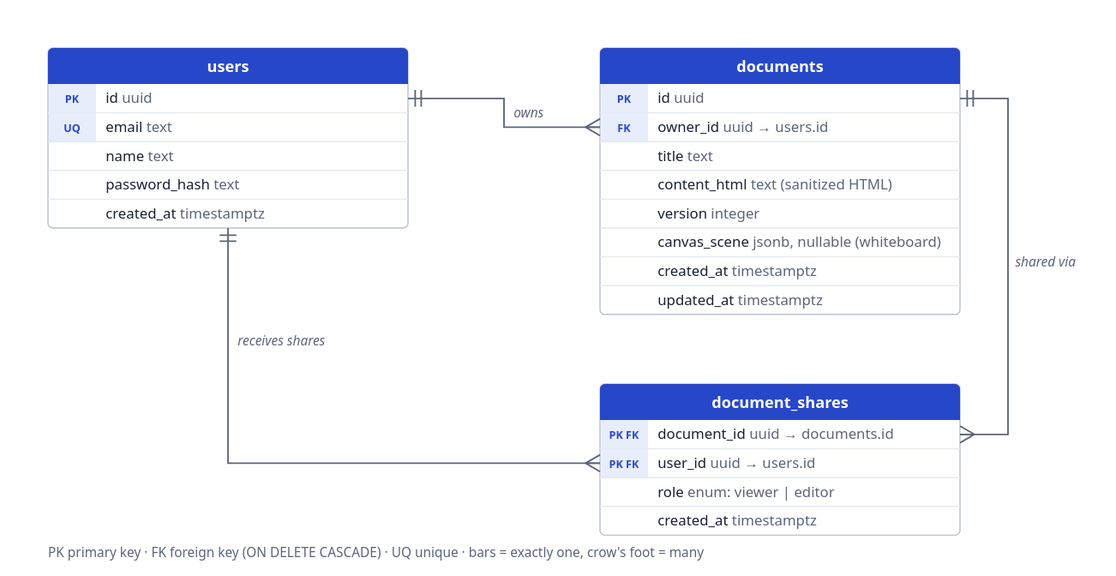
This is docs/database/er-diagram.drawio.svg from Warphn/ajaia-docs-editor, a draw.io export, as it was before one commit. Source tidied: cells renumbered, new cells last; positions are measured from the earlier drawing's top-left corner, leaving out a move shared by most shapes.
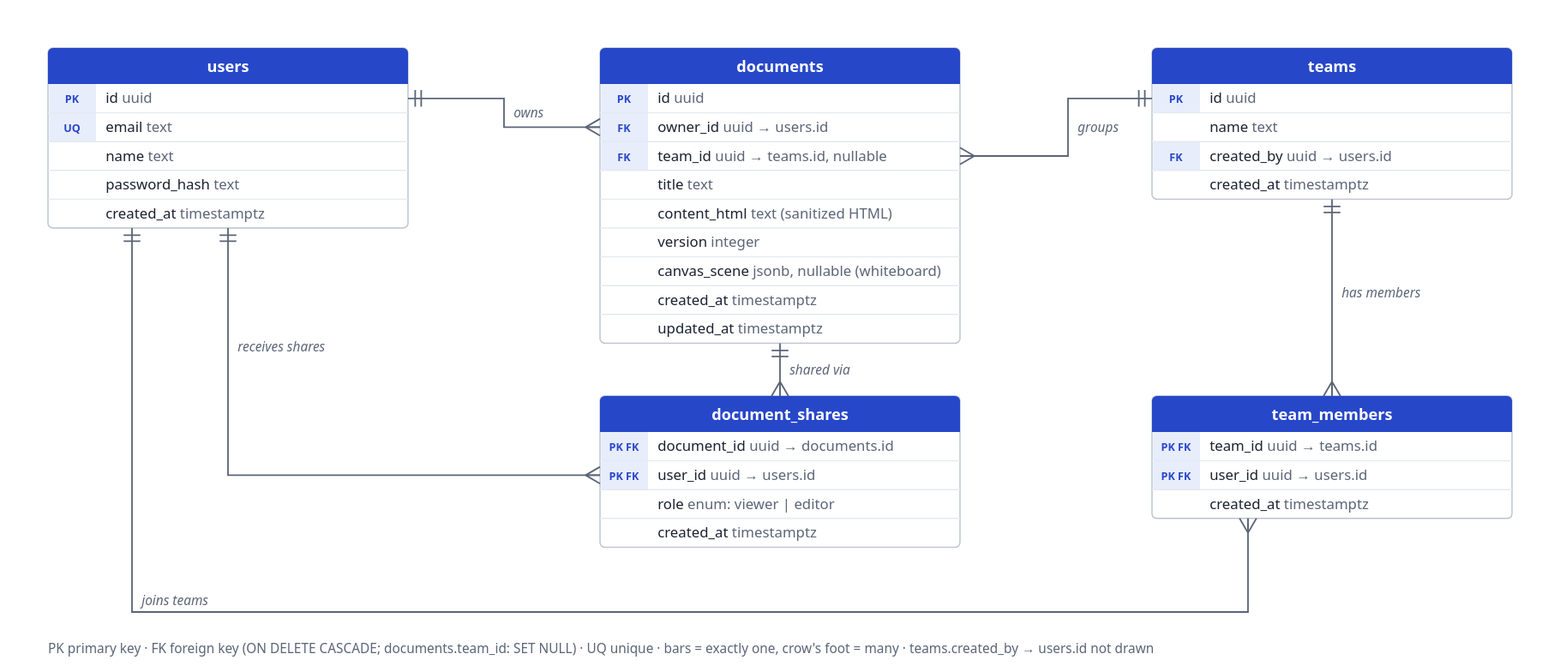
After the change.

Commit message:
docs: document team workspaces (schema, ER diagram, routes, decision, tests)

Change to the diagram source:
```diff
@@ -51,7 +51,7 @@
       <mxGeometry x="40" width="260" height="24" as="geometry" />
     </mxCell>
     <mxCell id="18" value="documents" style="shape=table;startSize=30;rowLines=1;fontStyle=1;align=center;fillColor=#2747C9;fontColor=#FFFFFF;strokeColor=#B9C2CF;" parent="1" vertex="1">
-      <mxGeometry x="460" width="300" height="222" as="geometry" />
+      <mxGeometry x="460" width="300" height="246" as="geometry" />
     </mxCell>
     <mxCell id="19" style="shape=tableRow;horizontal=0;startSize=0;swimlaneHead=0;swimlaneBody=0;fillColor=none;points=[[0,0.5],[1,0.5]];portConstraint=eastwest;top=0;left=0;right=0;bottom=1;" parent="18" vertex="1">
       <mxGeometry y="30" width="300" height="24" as="geometry" />
@@ -74,10 +74,10 @@
     <mxCell id="25" style="shape=tableRow;horizontal=0;startSize=0;swimlaneHead=0;swimlaneBody=0;fillColor=none;points=[[0,0.5],[1,0.5]];portConstraint=eastwest;top=0;left=0;right=0;bottom=1;" parent="18" vertex="1">
       <mxGeometry y="78" width="300" height="24" as="geometry" />
     </mxCell>
-    <mxCell id="26" style="shape=partialRectangle;fillColor=#FFFFFF;top=0;left=0;bottom=0;right=0;fontStyle=1;fontSize=10;overflow=hidden;" parent="25" vertex="1">
+    <mxCell id="26" value="FK" style="shape=partialRectangle;fillColor=#E8EDFC;top=0;left=0;bottom=0;right=0;fontStyle=1;fontSize=10;overflow=hidden;" parent="25" vertex="1">
       <mxGeometry width="40" height="24" as="geometry" />
     </mxCell>
-    <mxCell id="27" value="title: text" style="shape=partialRectangle;fillColor=#FFFFFF;top=0;left=0;bottom=0;right=0;align=left;spacingLeft=6;fontSize=11;overflow=hidden;" parent="25" vertex="1">
+    <mxCell id="27" value="team_id: uuid → teams.id, nullable" style="shape=partialRectangle;fillColor=#FFFFFF;top=0;left=0;bottom=0;right=0;align=left;spacingLeft=6;fontSize=11;overflow=hidden;" parent="25" vertex="1">
       <mxGeometry x="40" width="260" height="24" as="geometry" />
     </mxCell>
     <mxCell id="28" style="shape=tableRow;horizontal=0;startSize=0;swimlaneHead=0;swimlaneBody=0;fillColor=none;top=0;left=0;right=0;bottom=1;" parent="18" vertex="1">
@@ -86,7 +86,7 @@
     <mxCell id="29" style="shape=partialRectangle;fillColor=#FFFFFF;top=0;left=0;bottom=0;right=0;fontStyle=1;fontSize=10;overflow=hidden;" parent="28" vertex="1">
       <mxGeometry width="40" height="24" as="geometry" />
     </mxCell>
-    <mxCell id="30" value="content_html: text (sanitized HTML)" style="shape=partialRectangle;fillColor=#FFFFFF;top=0;left=0;bottom=0;right=0;align=left;spacingLeft=6;fontSize=11;overflow=hidden;" parent="28" vertex="1">
+    <mxCell id="30" value="title: text" style="shape=partialRectangle;fillColor=#FFFFFF;top=0;left=0;bottom=0;right=0;align=left;spacingLeft=6;fontSize=11;overflow=hidden;" parent="28" vertex="1">
       <mxGeometry x="40" width="260" height="24" as="geometry" />
     </mxCell>
     <mxCell id="31" style="shape=tableRow;horizontal=0;startSize=0;swimlaneHead=0;swimlaneBody=0;fillColor=none;top=0;left=0;right=0;bottom=1;" parent="18" vertex="1">
@@ -95,7 +95,7 @@
     <mxCell id="32" style="shape=partialRectangle;fillColor=#FFFFFF;top=0;left=0;bottom=0;right=0;fontStyle=1;fontSize=10;overflow=hidden;" parent="31" vertex="1">
       <mxGeometry width="40" height="24" as="geometry" />
     </mxCell>
-    <mxCell id="33" value="version: integer" style="shape=partialRectangle;fillColor=#FFFFFF;top=0;left=0;bottom=0;right=0;align=left;spacingLeft=6;fontSize=11;overflow=hidden;" parent="31" vertex="1">
+    <mxCell id="33" value="content_html: text (sanitized HTML)" style="shape=partialRectangle;fillColor=#FFFFFF;top=0;left=0;bottom=0;right=0;align=left;spacingLeft=6;fontSize=11;overflow=hidden;" parent="31" vertex="1">
       <mxGeometry x="40" width="260" height="24" as="geometry" />
     </mxCell>
     <mxCell id="34" style="shape=tableRow;horizontal=0;startSize=0;swimlaneHead=0;swimlaneBody=0;fillColor=none;top=0;left=0;right=0;bottom=1;" parent="18" vertex="1">
@@ -104,7 +104,7 @@
     <mxCell id="35" style="shape=partialRectangle;fillColor=#FFFFFF;top=0;left=0;bottom=0;right=0;fontStyle=1;fontSize=10;overflow=hidden;" parent="34" vertex="1">
       <mxGeometry width="40" height="24" as="geometry" />
     </mxCell>
-    <mxCell id="36" value="canvas_scene: jsonb, nullable (whiteboard)" style="shape=partialRectangle;fillColor=#FFFFFF;top=0;left=0;bottom=0;right=0;align=left;spacingLeft=6;fontSize=11;overflow=hidden;" parent="34" vertex="1">
+    <mxCell id="36" value="version: integer" style="shape=partialRectangle;fillColor=#FFFFFF;top=0;left=0;bottom=0;right=0;align=left;spacingLeft=6;fontSize=11;overflow=hidden;" parent="34" vertex="1">
       <mxGeometry x="40" width="260" height="24" as="geometry" />
     </mxCell>
     <mxCell id="37" style="shape=tableRow;horizontal=0;startSize=0;swimlaneHead=0;swimlaneBody=0;fillColor=none;top=0;left=0;right=0;bottom=1;" parent="18" vertex="1">
@@ -113,7 +113,7 @@
     <mxCell id="38" style="shape=partialRectangle;fillColor=#FFFFFF;top=0;left=0;bottom=0;right=0;fontStyle=1;fontSize=10;overflow=hidden;" parent="37" vertex="1">
       <mxGeometry width="40" height="24" as="geometry" />
     </mxCell>
-    <mxCell id="39" value="created_at: timestamptz" style="shape=partialRectangle;fillColor=#FFFFFF;top=0;left=0;bottom=0;right=0;align=left;spacingLeft=6;fontSize=11;overflow=hidden;" parent="37" vertex="1">
+    <mxCell id="39" value="canvas_scene: jsonb, nullable (whiteboard)" style="shape=partialRectangle;fillColor=#FFFFFF;top=0;left=0;bottom=0;right=0;align=left;spacingLeft=6;fontSize=11;overflow=hidden;" parent="37" vertex="1">
       <mxGeometry x="40" width="260" height="24" as="geometry" />
     </mxCell>
     <mxCell id="40" style="shape=tableRow;horizontal=0;startSize=0;swimlaneHead=0;swimlaneBody=0;fillColor=none;top=0;left=0;right=0;bottom=1;" parent="18" vertex="1">
@@ -122,11 +122,20 @@
     <mxCell id="41" style="shape=partialRectangle;fillColor=#FFFFFF;top=0;left=0;bottom=0;right=0;fontStyle=1;fontSize=10;overflow=hidden;" parent="40" vertex="1">
       <mxGeometry width="40" height="24" as="geometry" />
     </mxCell>
-    <mxCell id="42" value="updated_at: timestamptz" style="shape=partialRectangle;fillColor=#FFFFFF;top=0;left=0;bottom=0;right=0;align=left;spacingLeft=6;fontSize=11;overflow=hidden;" parent="40" vertex="1">
+    <mxCell id="42" value="created_at: timestamptz" style="shape=partialRectangle;fillColor=#FFFFFF;top=0;left=0;bottom=0;right=0;align=left;spacingLeft=6;fontSize=11;overflow=hidden;" parent="40" vertex="1">
       <mxGeometry x="40" width="260" height="24" as="geometry" />
     </mxCell>
+    <mxCell id="59" style="shape=tableRow;horizontal=0;startSize=0;swimlaneHead=0;swimlaneBody=0;fillColor=none;top=0;left=0;right=0;bottom=1;" parent="18" vertex="1">
+      <mxGeometry y="222" width="300" height="24" as="geometry" />
+    </mxCell>
+    <mxCell id="60" style="shape=partialRectangle;fillColor=#FFFFFF;top=0;left=0;bottom=0;right=0;fontStyle=1;fontSize=10;overflow=hidden;" parent="59" vertex="1">
+      <mxGeometry width="40" height="24" as="geometry" />
+    </mxCell>
+    <mxCell id="61" value="updated_at: timestamptz" style="shape=partialRectangle;fillColor=#FFFFFF;top=0;left=0;bottom=0;right=0;align=left;spacingLeft=6;fontSize=11;overflow=hidden;" parent="59" vertex="1">
+      <mxGeometry x="40" width="260" height="24" as="geometry" />
+    </mxCell>
     <mxCell id="43" value="document_shares" style="shape=table;startSize=30;rowLines=1;fontStyle=1;align=center;fillColor=#2747C9;fontColor=#FFFFFF;strokeColor=#B9C2CF;" parent="1" vertex="1">
-      <mxGeometry x="460" y="280" width="300" height="126" as="geometry" />
+      <mxGeometry x="460" y="290" width="300" height="126" as="geometry" />
     </mxCell>
     <mxCell id="44" style="shape=tableRow;horizontal=0;startSize=0;swimlaneHead=0;swimlaneBody=0;fillColor=none;points=[[0,0.5],[1,0.5]];portConstraint=eastwest;top=0;left=0;right=0;bottom=1;" parent="43" vertex="1">
       <mxGeometry y="30" width="300" height="24" as="geometry" />
@@ -164,6 +173,75 @@
     <mxCell id="55" value="created_at: timestamptz" style="shape=partialRectangle;fillColor=#FFFFFF;top=0;left=0;bottom=0;right=0;align=left;spacingLeft=6;fontSize=11;overflow=hidden;" parent="53" vertex="1">
       <mxGeometry x="40" width="260" height="24" as="geometry" />
     </mxCell>
+    <mxCell id="62" value="teams" style="shape=table;startSize=30;rowLines=1;fontStyle=1;align=center;fillColor=#2747C9;fontColor=#FFFFFF;strokeColor=#B9C2CF;" parent="1" vertex="1">
+      <mxGeometry x="920" width="300" height="126" as="geometry" />
+    </mxCell>
+    <mxCell id="63" style="shape=tableRow;horizontal=0;startSize=0;swimlaneHead=0;swimlaneBody=0;fillColor=none;points=[[0,0.5],[1,0.5]];portConstraint=eastwest;top=0;left=0;right=0;bottom=1;" parent="62" vertex="1">
+      <mxGeometry y="30" width="300" height="24" as="geometry" />
+    </mxCell>
+    <mxCell id="64" value="PK" style="shape=partialRectangle;fillColor=#E8EDFC;top=0;left=0;bottom=0;right=0;fontStyle=1;fontSize=10;overflow=hidden;" parent="63" vertex="1">
+      <mxGeometry width="40" height="24" as="geometry" />
+    </mxCell>
+    <mxCell id="65" value="id: uuid" style="shape=partialRectangle;fillColor=#FFFFFF;top=0;left=0;bottom=0;right=0;align=left;spacingLeft=6;fontSize=11;overflow=hidden;" parent="63" vertex="1">
+      <mxGeometry x="40" width="260" height="24" as="geometry" />
+    </mxCell>
+    <mxCell id="66" style="shape=tableRow;horizontal=0;startSize=0;swimlaneHead=0;swimlaneBody=0;fillColor=none;top=0;left=0;right=0;bottom=1;" parent="62" vertex="1">
+      <mxGeometry y="54" width="300" height="24" as="geometry" />
+    </mxCell>
+    <mxCell id="67" style="shape=partialRectangle;fillColor=#FFFFFF;top=0;left=0;bottom=0;right=0;fontStyle=1;fontSize=10;overflow=hidden;" parent="66" vertex="1">
+      <mxGeometry width="40" height="24" as="geometry" />
+    </mxCell>
+    <mxCell id="68" value="name: text" style="shape=partialRectangle;fillColor=#FFFFFF;top=0;left=0;bottom=0;right=0;align=left;spacingLeft=6;fontSize=11;overflow=hidden;" parent="66" vertex="1">
+      <mxGeometry x="40" width="260" height="24" as="geometry" />
+    </mxCell>
+    <mxCell id="69" style="shape=tableRow;horizontal=0;startSize=0;swimlaneHead=0;swimlaneBody=0;fillColor=none;points=[[0,0.5],[1,0.5]];portConstraint=eastwest;top=0;left=0;right=0;bottom=1;" parent="62" vertex="1">
+      <mxGeometry y="78" width="300" height="24" as="geometry" />
+    </mxCell>
+    <mxCell id="70" value="FK" style="shape=partialRectangle;fillColor=#E8EDFC;top=0;left=0;bottom=0;right=0;fontStyle=1;fontSize=10;overflow=hidden;" parent="69" vertex="1">
+      <mxGeometry width="40" height="24" as="geometry" />
+    </mxCell>
+    <mxCell id="71" value="created_by: uuid → users.id" style="shape=partialRectangle;fillColor=#FFFFFF;top=0;left=0;bottom=0;right=0;align=left;spacingLeft=6;fontSize=11;overflow=hidden;" parent="69" vertex="1">
+      <mxGeometry x="40" width="260" height="24" as="geometry" />
+    </mxCell>
+    <mxCell id="72" style="shape=tableRow;horizontal=0;startSize=0;swimlaneHead=0;swimlaneBody=0;fillColor=none;top=0;left=0;right=0;bottom=1;" parent="62" vertex="1">
+      <mxGeometry y="102" width="300" height="24" as="geometry" />
+    </mxCell>
+    <mxCell id="73" style="shape=partialRectangle;fillColor=#FFFFFF;top=0;left=0;bottom=0;right=0;fontStyle=1;fontSize=10;overflow=hidden;" parent="72" vertex="1">
+      <mxGeometry width="40" height="24" as="geometry" />
+    </mxCell>
+    <mxCell id="74" value="created_at: timestamptz" style="shape=partialRectangle;fillColor=#FFFFFF;top=0;left=0;bottom=0;right=0;align=left;spacingLeft=6;fontSize=11;overflow=hidden;" parent="72" vertex="1">
+      <mxGeometry x="40" width="260" height="24" as="geometry" />
+    </mxCell>
+    <mxCell id="75" value="team_members" style="shape=table;startSize=30;rowLines=1;fontStyle=1;align=center;fillColor=#2747C9;fontColor=#FFFFFF;strokeColor=#B9C2CF;" parent="1" vertex="1">
+      <mxGeometry x="920" y="290" width="300" height="102" as="geometry" />
+    </mxCell>
+    <mxCell id="76" style="shape=tableRow;horizontal=0;startSize=0;swimlaneHead=0;swimlaneBody=0;fillColor=none;points=[[0,0.5],[1,0.5]];portConstraint=eastwest;top=0;left=0;right=0;bottom=1;" parent="75" vertex="1">
+      <mxGeometry y="30" width="300" height="24" as="geometry" />
+    </mxCell>
+    <mxCell id="77" value="PK FK" style="shape=partialRectangle;fillColor=#E8EDFC;top=0;left=0;bottom=0;right=0;fontStyle=1;fontSize=10;overflow=hidden;" parent="76" vertex="1">
+      <mxGeometry width="40" height="24" as="geometry" />
+    </mxCell>
+    <mxCell id="78" value="team_id: uuid → teams.id" style="shape=partialRectangle;fillColor=#FFFFFF;top=0;left=0;bottom=0;right=0;align=left;spacingLeft=6;fontSize=11;overflow=hidden;" parent="76" vertex="1">
+      <mxGeometry x="40" width="260" height="24" as="geometry" />
+    </mxCell>
+    <mxCell id="79" style="shape=tableRow;horizontal=0;startSize=0;swimlaneHead=0;swimlaneBody=0;fillColor=none;points=[[0,0.5],[1,0.5]];portConstraint=eastwest;top=0;left=0;right=0;bottom=1;" parent="75" vertex="1">
+      <mxGeometry y="54" width="300" height="24" as="geometry" />
+    </mxCell>
+    <mxCell id="80" value="PK FK" style="shape=partialRectangle;fillColor=#E8EDFC;top=0;left=0;bottom=0;right=0;fontStyle=1;fontSize=10;overflow=hidden;" parent="79" vertex="1">
+      <mxGeometry width="40" height="24" as="geometry" />
+    </mxCell>
+    <mxCell id="81" value="user_id: uuid → users.id" style="shape=partialRectangle;fillColor=#FFFFFF;top=0;left=0;bottom=0;right=0;align=left;spacingLeft=6;fontSize=11;overflow=hidden;" parent="79" vertex="1">
+      <mxGeometry x="40" width="260" height="24" as="geometry" />
+    </mxCell>
+    <mxCell id="82" style="shape=tableRow;horizontal=0;startSize=0;swimlaneHead=0;swimlaneBody=0;fillColor=none;top=0;left=0;right=0;bottom=1;" parent="75" vertex="1">
+      <mxGeometry y="78" width="300" height="24" as="geometry" />
+    </mxCell>
+    <mxCell id="83" style="shape=partialRectangle;fillColor=#FFFFFF;top=0;left=0;bottom=0;right=0;fontStyle=1;fontSize=10;overflow=hidden;" parent="82" vertex="1">
+      <mxGeometry width="40" height="24" as="geometry" />
+    </mxCell>
+    <mxCell id="84" value="created_at: timestamptz" style="shape=partialRectangle;fillColor=#FFFFFF;top=0;left=0;bottom=0;right=0;align=left;spacingLeft=6;fontSize=11;overflow=hidden;" parent="82" vertex="1">
+      <mxGeometry x="40" width="260" height="24" as="geometry" />
+    </mxCell>
     <mxCell id="56" value="owns" style="edgeStyle=entityRelationEdgeStyle;fontSize=10;html=1;endArrow=ERmany;startArrow=ERmandOne;endFill=0;startFill=0;strokeColor=#5B6578;" parent="1" edge="1" source="3" target="22">
       <mxGeometry relative="1" as="geometry" />
     </mxCell>
@@ -173,5 +251,17 @@
     <mxCell id="58" value="receives" style="edgeStyle=entityRelationEdgeStyle;fontSize=10;html=1;endArrow=ERmany;startArrow=ERmandOne;endFill=0;startFill=0;strokeColor=#5B6578;" parent="1" edge="1" source="3" target="47">
       <mxGeometry relative="1" as="geometry" />
     </mxCell>
+    <mxCell id="85" value="groups" style="edgeStyle=entityRelationEdgeStyle;fontSize=10;html=1;endArrow=ERmany;startArrow=ERmandOne;endFill=0;startFill=0;strokeColor=#5B6578;" parent="1" edge="1" source="63" target="25">
+      <mxGeometry relative="1" as="geometry" />
+    </mxCell>
+    <mxCell id="86" value="has" style="edgeStyle=entityRelationEdgeStyle;fontSize=10;html=1;endArrow=ERmany;startArrow=ERmandOne;endFill=0;startFill=0;strokeColor=#5B6578;" parent="1" edge="1" source="63" target="76">
+      <mxGeometry relative="1" as="geometry" />
+    </mxCell>
+    <mxCell id="87" value="joins" style="edgeStyle=entityRelationEdgeStyle;fontSize=10;html=1;endArrow=ERmany;startArrow=ERmandOne;endFill=0;startFill=0;strokeColor=#5B6578;" parent="1" edge="1" source="3" target="79">
+      <mxGeometry relative="1" as="geometry" />
+    </mxCell>
+    <mxCell id="88" value="creates" style="edgeStyle=entityRelationEdgeStyle;fontSize=10;html=1;endArrow=ERmany;startArrow=ERmandOne;endFill=0;startFill=0;strokeColor=#5B6578;" parent="1" edge="1" source="3" target="69">
+      <mxGeometry relative="1" as="geometry" />
+    </mxCell>
   </root>
 </mxGraphModel>
```
